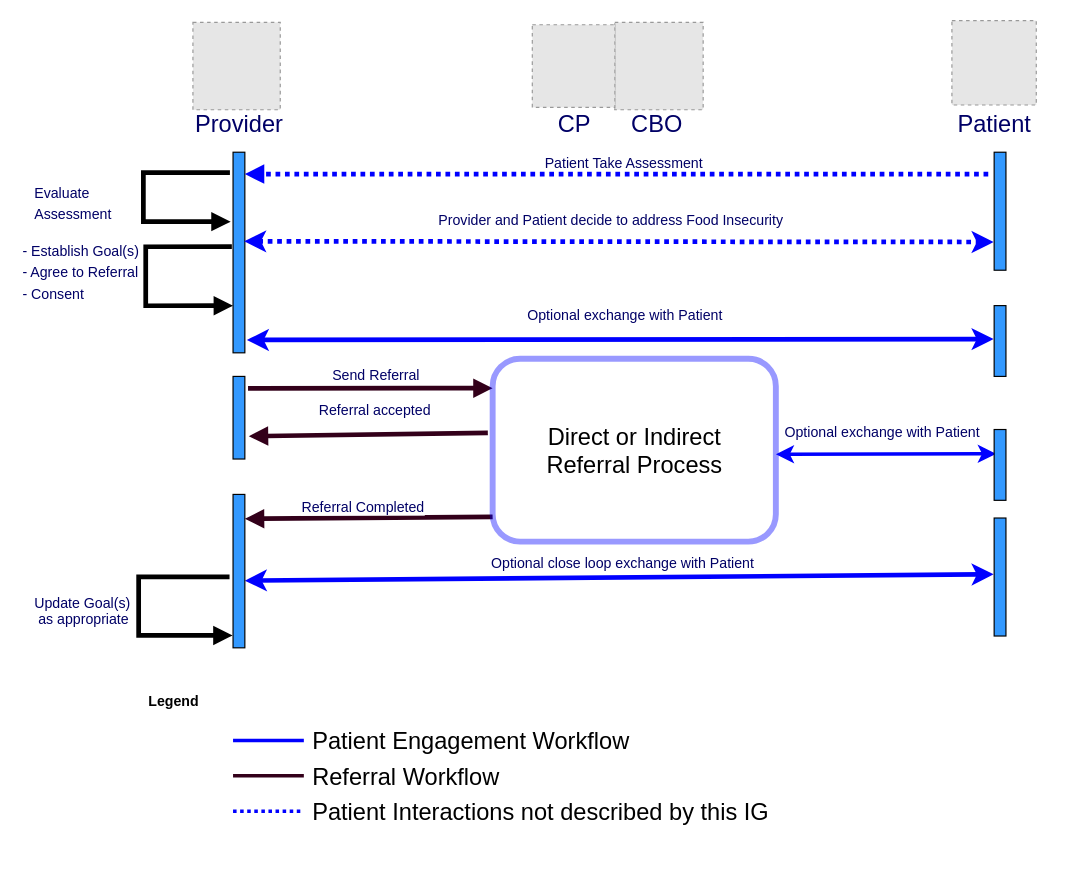
This is Images Source/HighLevelReferralContext.drawio from HL7/fhir-sdoh-clinicalcare, a draw.io file, before an edit. Source tidied: cells renumbered, new cells numbered last; positions are measured from the earlier drawing's top-left corner, leaving out a move shared by most shapes. Both pictures are drawn from the tidied source at 118%, with x=0, y=0 at pixel (20, 20). Pictures stored in the file or linked from it are replaced by grey dashed boxes.
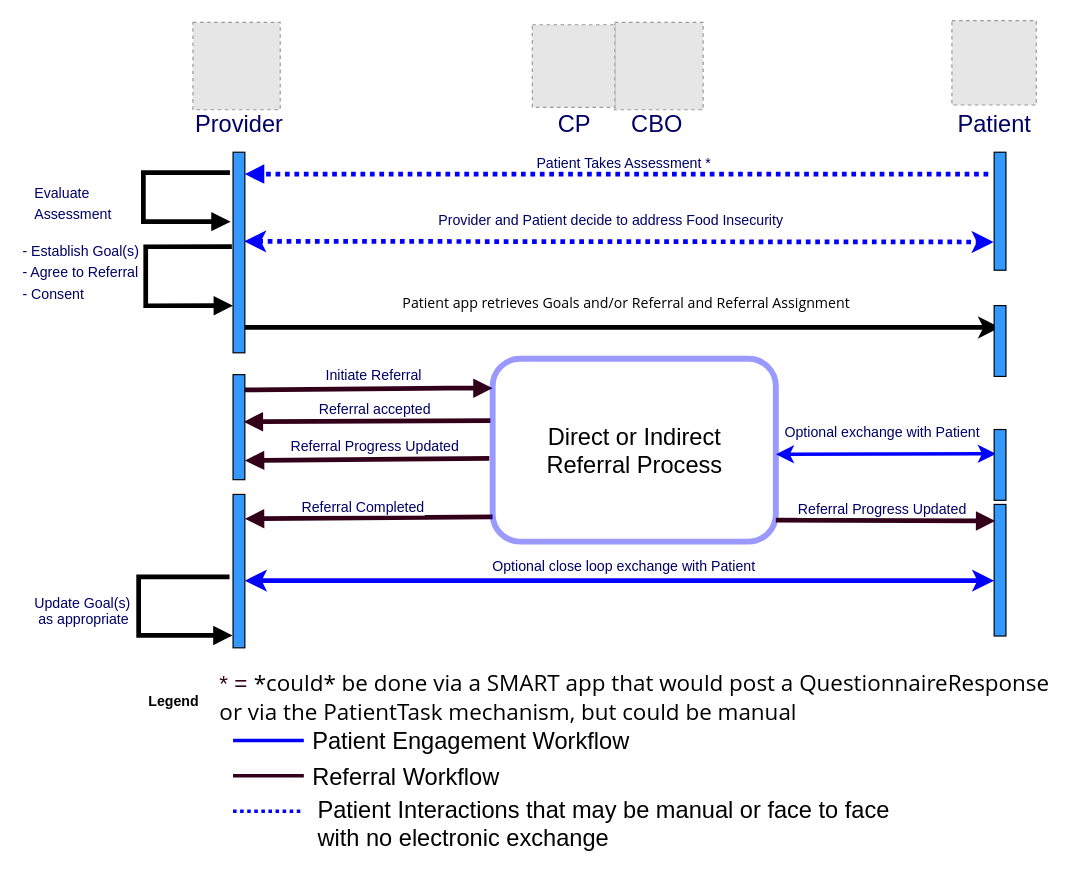
After the change.

The change refers to these unchanged cells:
```xml
<mxCell id="3" style="html=1;points=[];perimeter=orthogonalPerimeter;fillColor=#3399FF;fontColor=#000066;" parent="1" vertex="1">
  <mxGeometry x="180" y="111.5" width="10" height="170" as="geometry" />
</mxCell>
<mxCell id="7" style="html=1;points=[];perimeter=orthogonalPerimeter;fillColor=#3399FF;fontColor=#000066;" parent="1" vertex="1">
  <mxGeometry x="825" y="111.5" width="10" height="100" as="geometry" />
</mxCell>
<mxCell id="15" style="html=1;points=[];perimeter=orthogonalPerimeter;fillColor=#3399FF;fontColor=#000066;" parent="1" vertex="1">
  <mxGeometry x="180" y="401.5" width="10" height="130" as="geometry" />
</mxCell>
<mxCell id="17" style="html=1;points=[];perimeter=orthogonalPerimeter;fillColor=#3399FF;fontColor=#000066;" parent="1" vertex="1">
  <mxGeometry x="825" y="241.5" width="10" height="60" as="geometry" />
</mxCell>
<mxCell id="31" style="rounded=1;whiteSpace=wrap;html=1;labelBackgroundColor=none;strokeColor=#0000FF;strokeWidth=5;fillColor=#FFFFFF;opacity=40;" parent="1" vertex="1">
  <mxGeometry x="400" y="286.5" width="240" height="155" as="geometry" />
</mxCell>
```

The edit, as a diff of the source:
```diff
@@
-    <mxCell id="4" value="&lt;span style=&quot;font-size: 12px&quot;&gt;Patient Take Assessment&lt;br style=&quot;font-size: 12px;&quot;&gt;&lt;/span&gt;" style="html=1;verticalAlign=bottom;endArrow=block;strokeColor=#0000FF;fontColor=#000066;entryX=1;entryY=0.109;entryDx=0;entryDy=0;entryPerimeter=0;fontSize=12;strokeWidth=4;dashed=1;dashPattern=1 1;" parent="1" edge="1" target="3">
+    <mxCell id="4" value="&lt;span style=&quot;font-size: 12px&quot;&gt;Patient Takes Assessment *&lt;/span&gt;&lt;span style=&quot;font-size: 12px&quot;&gt;&lt;br style=&quot;font-size: 12px;&quot;&gt;&lt;/span&gt;" style="html=1;verticalAlign=bottom;endArrow=block;strokeColor=#0000FF;fontColor=#000066;entryX=1;entryY=0.109;entryDx=0;entryDy=0;entryPerimeter=0;fontSize=12;strokeWidth=4;dashed=1;dashPattern=1 1;" parent="1" edge="1" target="3">
       <mxGeometry x="-0.02" relative="1" as="geometry">
         <mxPoint x="820" y="130" as="sourcePoint" />
       </mxGeometry>
     </mxCell>
-    <mxCell id="5" value="&lt;span style=&quot;font-size: 12px&quot;&gt;Send Referral&lt;br style=&quot;font-size: 12px;&quot;&gt;&lt;/span&gt;" style="html=1;verticalAlign=bottom;endArrow=block;strokeColor=#33001A;fontColor=#000066;exitX=1.269;exitY=0.145;exitDx=0;exitDy=0;exitPerimeter=0;fontSize=12;strokeWidth=4;" parent="1" edge="1" source="14">
+    <mxCell id="5" value="&lt;span style=&quot;font-size: 12px&quot;&gt;Initiate Referral&lt;br style=&quot;font-size: 12px;&quot;&gt;&lt;/span&gt;" style="html=1;verticalAlign=bottom;endArrow=block;strokeColor=#33001A;fontColor=#000066;exitX=1;exitY=0.146;exitDx=0;exitDy=0;exitPerimeter=0;fontSize=12;strokeWidth=4;" parent="1" edge="1" source="14">
       <mxGeometry x="0.04" y="2" relative="1" as="geometry">
         <mxPoint x="400" y="311.5" as="targetPoint" />
         <Array as="points">
           <mxPoint x="350" y="311.5" />
         </Array>
       </mxGeometry>
     </mxCell>
-    <mxCell id="6" value="&lt;span style=&quot;font-size: 12px&quot;&gt;Referral accepted&lt;/span&gt;" style="html=1;verticalAlign=bottom;endArrow=block;strokeColor=#33001A;fontColor=#000066;entryX=1.335;entryY=0.724;entryDx=0;entryDy=0;entryPerimeter=0;fontSize=12;strokeWidth=4;exitX=-0.017;exitY=0.406;exitDx=0;exitDy=0;exitPerimeter=0;" parent="1" edge="1" source="31" target="14">
-      <mxGeometry x="-0.05" y="-11" relative="1" as="geometry" />
+    <mxCell id="6" value="&lt;span style=&quot;font-size: 12px&quot;&gt;Referral accepted&lt;/span&gt;" style="html=1;verticalAlign=bottom;endArrow=block;strokeColor=#33001A;fontColor=#000066;entryX=0.9;entryY=0.449;entryDx=0;entryDy=0;entryPerimeter=0;fontSize=12;strokeWidth=4;exitX=-0.008;exitY=0.339;exitDx=0;exitDy=0;exitPerimeter=0;" parent="1" edge="1" source="31" target="14">
+      <mxGeometry x="-0.06" relative="1" as="geometry" />
     </mxCell>
@@
-    <mxCell id="9" value="Provider and Patient decide to address Food Insecurity" style="endArrow=classic;startArrow=classic;html=1;rounded=0;strokeColor=#0000FF;fontColor=#000066;exitX=0.943;exitY=0.444;exitDx=0;exitDy=0;exitPerimeter=0;entryX=-0.047;entryY=0.761;entryDx=0;entryDy=0;entryPerimeter=0;fontSize=12;strokeWidth=4;dashed=1;dashPattern=1 1;" parent="1" edge="1" source="3" target="7">
+    <mxCell id="9" value="Provider and Patient decide to address Food Insecurity" style="endArrow=classic;startArrow=classic;html=1;rounded=0;strokeColor=#0000FF;fontColor=#000066;exitX=0.943;exitY=0.444;exitDx=0;exitDy=0;exitPerimeter=0;entryX=-0.047;entryY=0.761;entryDx=0;entryDy=0;entryPerimeter=0;fontSize=12;strokeWidth=4;dashed=1;dashPattern=1 1;startFill=1;" parent="1" edge="1" source="3" target="7">
       <mxGeometry x="-0.02" y="17" relative="1" as="geometry" />
     </mxCell>
-    <mxCell id="10" value="Optional exchange with Patient" style="endArrow=classic;html=1;strokeWidth=4;rounded=0;strokeColor=#0000FF;fontColor=#000066;exitX=1.171;exitY=0.936;exitDx=0;exitDy=0;exitPerimeter=0;entryX=-0.047;entryY=0.473;entryDx=0;entryDy=0;entryPerimeter=0;fontSize=12;startArrow=classic;startFill=1;endFill=1;" parent="1" edge="1" source="3" target="17">
-      <mxGeometry x="0.01" y="20" relative="1" as="geometry" />
+    <mxCell id="10" value="&lt;span style=&quot;color: rgb(0, 0, 0); font-family: &amp;quot;Segoe UI Web (West European)&amp;quot;, &amp;quot;Segoe UI&amp;quot;, -apple-system, &amp;quot;system-ui&amp;quot;, Roboto, &amp;quot;Helvetica Neue&amp;quot;, sans-serif; text-align: start;&quot;&gt;Patient app retrieves Goals and/or Referral and Referral Assignment&lt;/span&gt;" style="endArrow=classic;html=1;strokeWidth=4;rounded=0;strokeColor=#000000;fontColor=#000066;fontSize=12;startArrow=none;startFill=0;endFill=1;" parent="1" edge="1">
+      <mxGeometry x="0.01" y="20" relative="1" as="geometry">
+        <mxPoint x="190" y="260" as="sourcePoint" />
+        <mxPoint x="830" y="260" as="targetPoint" />
+      </mxGeometry>
     </mxCell>
-    <mxCell id="11" value="Optional close loop exchange with Patient" style="endArrow=classic;html=1;strokeWidth=4;rounded=0;strokeColor=#0000FF;fontColor=#000066;exitX=1;exitY=0.562;exitDx=0;exitDy=0;exitPerimeter=0;entryX=-0.047;entryY=0.477;entryDx=0;entryDy=0;entryPerimeter=0;fontSize=12;startArrow=classic;startFill=1;endFill=1;" parent="1" edge="1" source="15" target="18">
+    <mxCell id="11" value="Optional close loop exchange with Patient" style="endArrow=classic;html=1;strokeWidth=4;rounded=0;strokeColor=#0000FF;fontColor=#000066;exitX=1;exitY=0.562;exitDx=0;exitDy=0;exitPerimeter=0;fontSize=12;startArrow=classic;startFill=1;endFill=1;" parent="1" edge="1" source="15" target="18">
       <mxGeometry x="0.01" y="12" relative="1" as="geometry" />
     </mxCell>
@@
     <mxCell id="14" style="html=1;points=[];perimeter=orthogonalPerimeter;fillColor=#3399FF;fontColor=#000066;" parent="1" vertex="1">
-      <mxGeometry x="180" y="301.5" width="10" height="70" as="geometry" />
+      <mxGeometry x="180" y="300" width="10" height="89" as="geometry" />
     </mxCell>
@@
     <mxCell id="18" style="html=1;points=[];perimeter=orthogonalPerimeter;fillColor=#3399FF;fontColor=#000066;" parent="1" vertex="1">
-      <mxGeometry x="825" y="421.5" width="10" height="100" as="geometry" />
+      <mxGeometry x="825" y="410" width="10" height="111.5" as="geometry" />
     </mxCell>
@@
-    <mxCell id="40" value="&amp;nbsp;Patient Interactions not described by this IG" style="text;html=1;align=left;verticalAlign=middle;strokeColor=none;fillColor=none;fontSize=20;" parent="1" vertex="1">
-      <mxGeometry x="240" y="655" width="410" height="30" as="geometry" />
+    <mxCell id="40" value="Patient Interactions that may be manual or face to face &lt;br&gt;with no electronic exchange" style="text;html=1;align=left;verticalAlign=middle;strokeColor=none;fillColor=none;fontSize=20;" parent="1" vertex="1">
+      <mxGeometry x="250" y="655" width="500" height="50" as="geometry" />
     </mxCell>
+    <mxCell id="41" value="&lt;font style=&quot;font-size: 19px;&quot;&gt;* =&amp;nbsp;&lt;/font&gt;&lt;span style=&quot;color: rgb(0, 0, 0); font-family: &amp;quot;Segoe UI Web (West European)&amp;quot;, &amp;quot;Segoe UI&amp;quot;, -apple-system, &amp;quot;system-ui&amp;quot;, Roboto, &amp;quot;Helvetica Neue&amp;quot;, sans-serif; background-color: rgb(255, 255, 255); font-size: 19px;&quot;&gt;&lt;font style=&quot;font-size: 19px;&quot;&gt;*could* be done via a SMART app that would post a QuestionnaireResponse &lt;br&gt;&lt;div style=&quot;text-align: left;&quot;&gt;or via the PatientTask mechanism, but could be manual&lt;/div&gt;&lt;/font&gt;&lt;br&gt;&lt;/span&gt;" style="text;html=1;align=center;verticalAlign=middle;strokeColor=none;fillColor=none;fontSize=20;fontColor=#33001A;" parent="1" vertex="1">
+      <mxGeometry x="175" y="545" width="690" height="80" as="geometry" />
+    </mxCell>
+    <mxCell id="42" value="&lt;span style=&quot;font-size: 12px&quot;&gt;Referral Progress Updated&lt;/span&gt;" style="html=1;verticalAlign=bottom;endArrow=block;strokeColor=#33001A;fontColor=#000066;entryX=1.335;entryY=0.724;entryDx=0;entryDy=0;entryPerimeter=0;fontSize=12;strokeWidth=4;exitX=-0.012;exitY=0.545;exitDx=0;exitDy=0;exitPerimeter=0;" parent="1" edge="1" source="31">
+      <mxGeometry x="-0.06" y="-2" relative="1" as="geometry">
+        <mxPoint x="190" y="372.8" as="targetPoint" />
+      </mxGeometry>
+    </mxCell>
+    <mxCell id="43" value="&lt;span style=&quot;font-size: 12px&quot;&gt;Referral Progress Updated&lt;/span&gt;" style="html=1;verticalAlign=bottom;endArrow=block;strokeColor=#33001A;fontColor=#000066;entryX=0.1;entryY=0.126;entryDx=0;entryDy=0;entryPerimeter=0;fontSize=12;strokeWidth=4;exitX=0.1;exitY=0.126;exitDx=0;exitDy=0;exitPerimeter=0;" parent="1" edge="1" target="18">
+      <mxGeometry x="-0.03" relative="1" as="geometry">
+        <mxPoint x="640" y="423.3" as="sourcePoint" />
+      </mxGeometry>
+    </mxCell>
```
